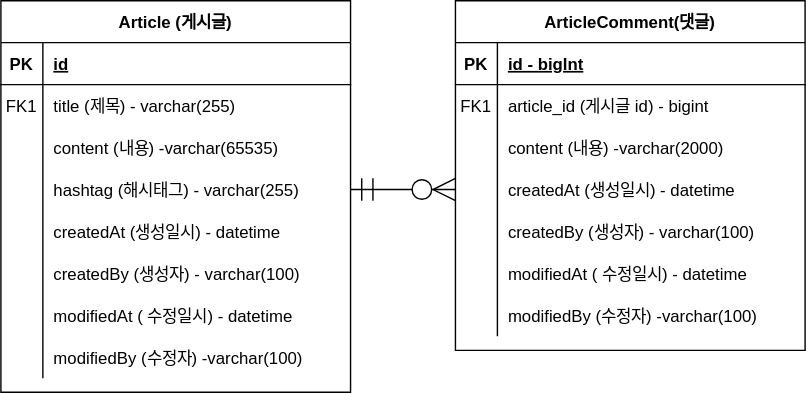
Earlier version of the draw.io export document/project-board-erd.svg (moon09I980616I/notice_board). Source tidied: cells renumbered, new cells last; positions are measured from the earlier drawing's top-left corner, leaving out a move shared by most shapes.
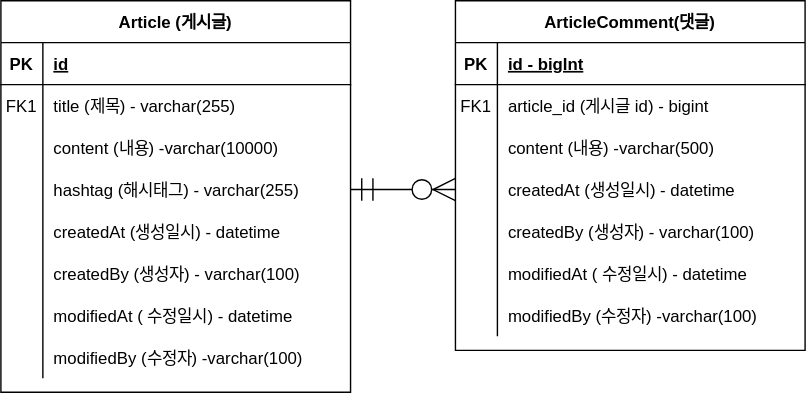
The same diagram one commit later.

Diff of the diagram source:
```diff
@@ -29,7 +29,7 @@
     <mxCell id="10" style="shape=partialRectangle;overflow=hidden;fillColor=none;top=0;left=0;bottom=0;right=0;" parent="9" vertex="1">
       <mxGeometry width="30" height="30" as="geometry" />
     </mxCell>
-    <mxCell id="11" value="content (내용) -varchar(65535)" style="shape=partialRectangle;overflow=hidden;fillColor=none;top=0;left=0;bottom=0;right=0;align=left;spacingLeft=6;" parent="9" vertex="1">
+    <mxCell id="11" value="content (내용) -varchar(10000)" style="shape=partialRectangle;overflow=hidden;fillColor=none;top=0;left=0;bottom=0;right=0;align=left;spacingLeft=6;" parent="9" vertex="1">
       <mxGeometry x="30" width="220" height="30" as="geometry" />
     </mxCell>
     <mxCell id="12" style="shape=partialRectangle;fillColor=none;points=[[0,0.5],[1,0.5]];portConstraint=eastwest;top=0;left=0;right=0;bottom=0;" parent="2" vertex="1">
@@ -104,7 +104,7 @@
     <mxCell id="35" style="shape=partialRectangle;overflow=hidden;fillColor=none;top=0;left=0;bottom=0;right=0;" parent="34" vertex="1">
       <mxGeometry width="30" height="30" as="geometry" />
     </mxCell>
-    <mxCell id="36" value="content (내용) -varchar(2000)" style="shape=partialRectangle;overflow=hidden;fillColor=none;top=0;left=0;bottom=0;right=0;align=left;spacingLeft=6;" parent="34" vertex="1">
+    <mxCell id="36" value="content (내용) -varchar(500)" style="shape=partialRectangle;overflow=hidden;fillColor=none;top=0;left=0;bottom=0;right=0;align=left;spacingLeft=6;" parent="34" vertex="1">
       <mxGeometry x="30" width="220" height="30" as="geometry" />
     </mxCell>
     <mxCell id="37" style="shape=partialRectangle;fillColor=none;points=[[0,0.5],[1,0.5]];portConstraint=eastwest;top=0;left=0;right=0;bottom=0;" parent="27" vertex="1">
```
